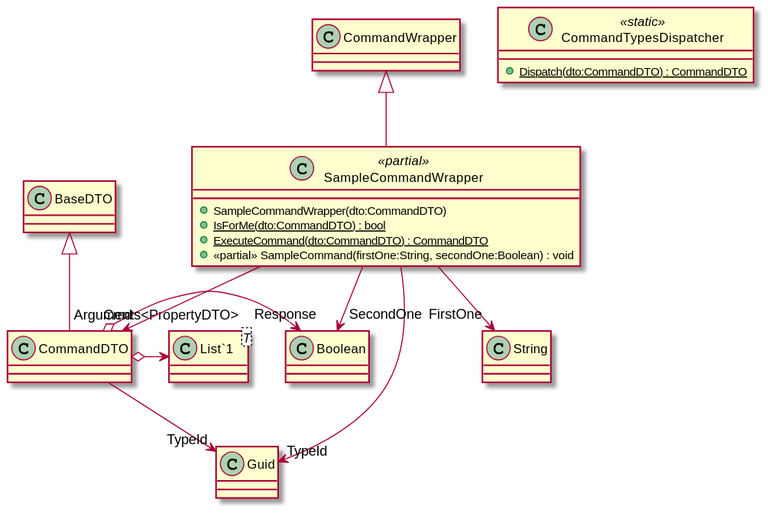
kokolorix/wEBcMD keeps this PlantUML diagram as wEBcMD/Doc/Types/cs/CommandTypes.svg. Above is the earlier version.
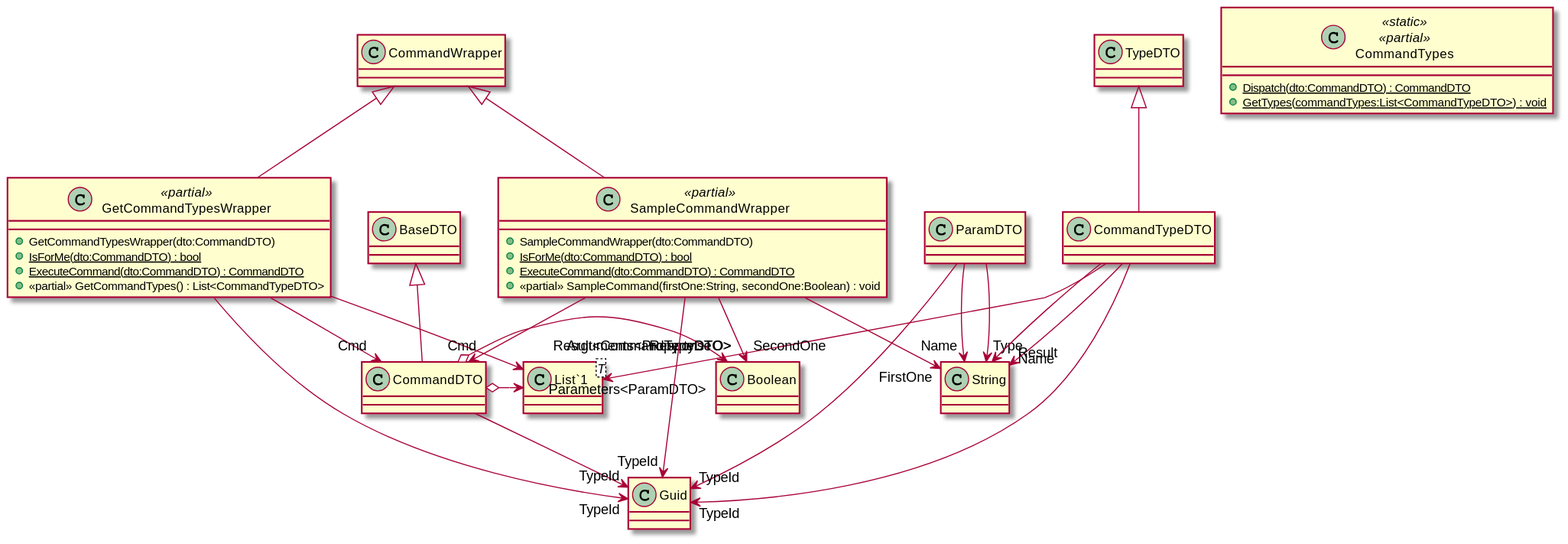
After the change.

Change to the diagram source:
```diff
@@ -1,5 +1,15 @@
 @startuml
 class CommandDTO {
+}
+class ParamDTO {
+}
+class CommandTypeDTO {
+}
+class GetCommandTypesWrapper <<partial>> {
+    + GetCommandTypesWrapper(dto:CommandDTO)
+    + {static} IsForMe(dto:CommandDTO) : bool
+    + {static} ExecuteCommand(dto:CommandDTO) : CommandDTO
+    + <<partial>> GetCommandTypes() : List<CommandTypeDTO>
 }
 class SampleCommandWrapper <<partial>> {
     + SampleCommandWrapper(dto:CommandDTO)
@@ -7,8 +17,11 @@
     + {static} ExecuteCommand(dto:CommandDTO) : CommandDTO
     + <<partial>> SampleCommand(firstOne:String, secondOne:Boolean) : void
 }
-class CommandTypesDispatcher <<static>> {
+class CommandTypes <<static>> <<partial>> {
     + {static} Dispatch(dto:CommandDTO) : CommandDTO
+}
+class CommandTypes <<static>> <<partial>> {
+    + {static} GetTypes(commandTypes:List<CommandTypeDTO>) : void
 }
 class "List`1"<T> {
 }
@@ -16,6 +29,18 @@
 CommandDTO --> "TypeId" Guid
 CommandDTO o-> "Response" Boolean
 CommandDTO o-> "Arguments<PropertyDTO>" "List`1"
+ParamDTO --> "TypeId" Guid
+ParamDTO --> "Name" String
+ParamDTO --> "Type" String
+TypeDTO <|-- CommandTypeDTO
+CommandTypeDTO --> "TypeId" Guid
+CommandTypeDTO --> "Name" String
+CommandTypeDTO --> "Result" String
+CommandTypeDTO --> "Parameters<ParamDTO>" "List`1"
+CommandWrapper <|-- GetCommandTypesWrapper
+GetCommandTypesWrapper --> "TypeId" Guid
+GetCommandTypesWrapper --> "Cmd" CommandDTO
+GetCommandTypesWrapper --> "Result<CommandTypeDTO>" "List`1"
 CommandWrapper <|-- SampleCommandWrapper
 SampleCommandWrapper --> "TypeId" Guid
 SampleCommandWrapper --> "Cmd" CommandDTO
```
